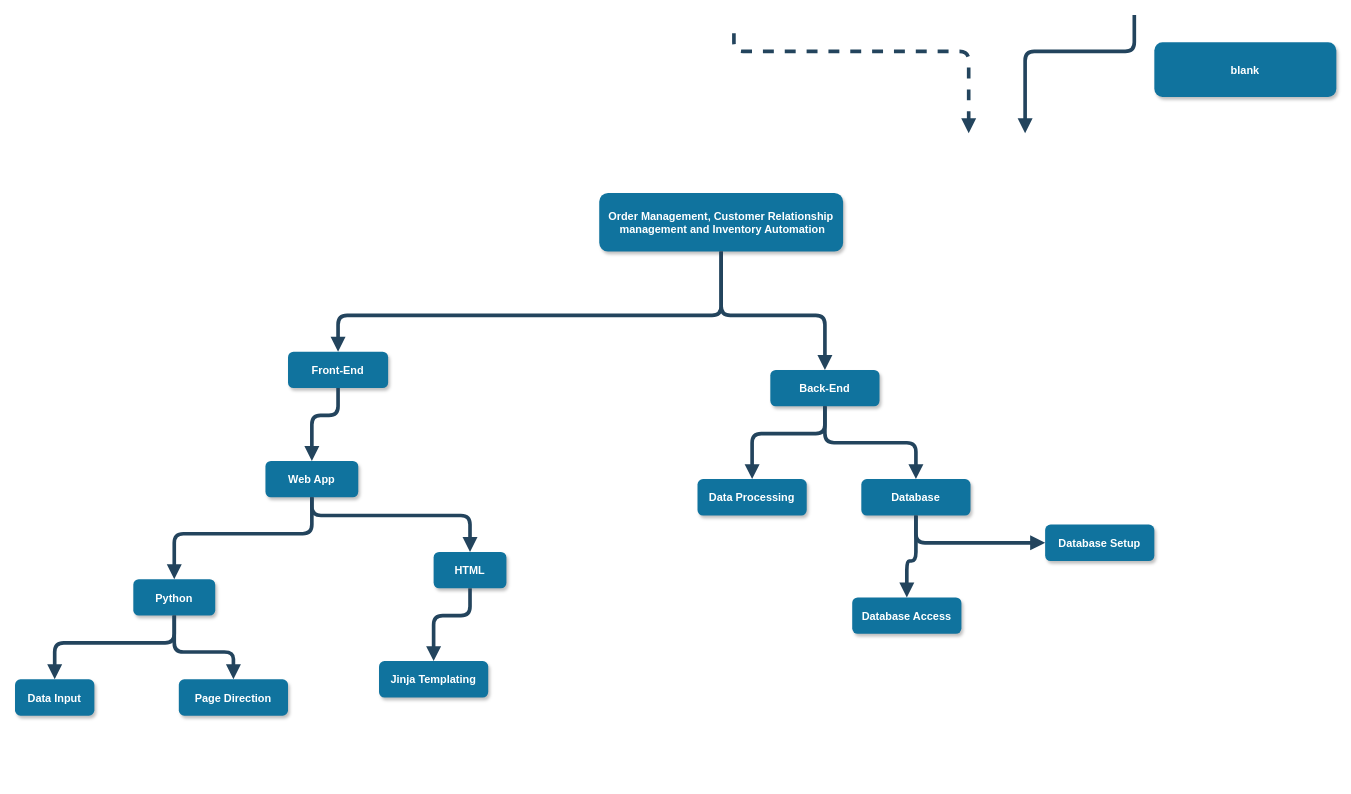
This is documentedDesignPlan.drawio from james-cole-174/NEA, a draw.io file, before an edit. Source tidied: cells renumbered, new cells numbered last; positions are measured from the earlier drawing's top-left corner, leaving out a move shared by most shapes. Both pictures are drawn from the tidied source at 91%, with x=0, y=0 at pixel (15, 15).
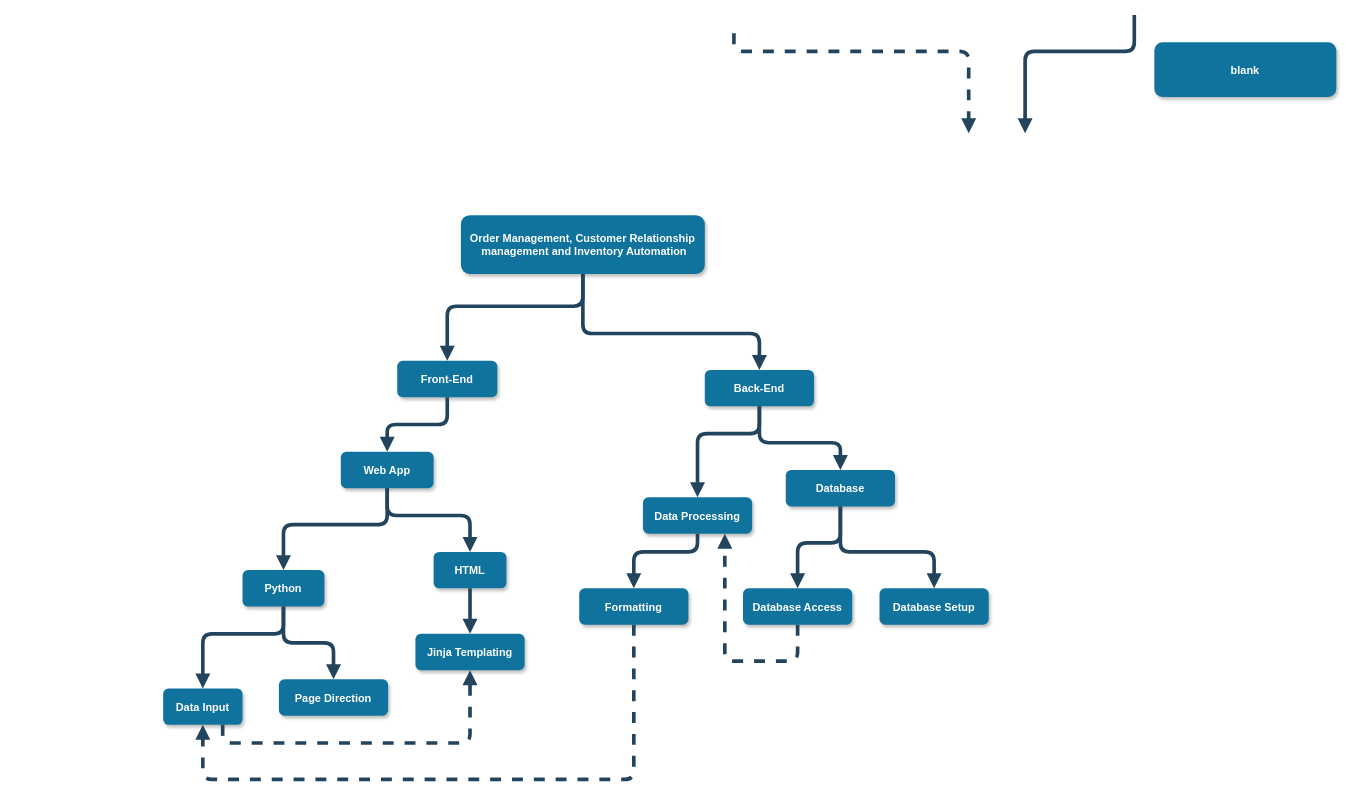
The same page after the edit.

Diff of the diagram source:
```diff
@@
     <mxCell id="2" value="Order Management, Customer Relationship&#10; management and Inventory Automation" style="rounded=1;fillColor=#10739E;strokeColor=none;shadow=1;gradientColor=none;fontStyle=1;fontColor=#FFFFFF;fontSize=12;fontFamily=Helvetica;" parent="1" vertex="1">
-      <mxGeometry x="642" y="195.5" width="268" height="64.5" as="geometry" />
+      <mxGeometry x="490" y="220" width="268" height="64.5" as="geometry" />
     </mxCell>
@@
     <mxCell id="6" style="edgeStyle=elbowEdgeStyle;elbow=vertical;strokeWidth=4;endArrow=block;endFill=1;fontStyle=1;strokeColor=#23445D;exitX=0.5;exitY=1;exitDx=0;exitDy=0;entryX=0.5;entryY=0;entryDx=0;entryDy=0;" parent="1" edge="1" source="2" target="7">
       <mxGeometry x="-60" y="245.5" as="geometry">
         <Array as="points">
+          <mxPoint x="520" y="320" />
+          <mxPoint x="440" y="310" />
+          <mxPoint x="670" y="300" />
           <mxPoint x="650" y="330" />
           <mxPoint x="700" y="300" />
         </Array>
       </mxGeometry>
     </mxCell>
     <mxCell id="7" value="Front-End" style="rounded=1;fillColor=#10739E;strokeColor=none;shadow=1;gradientColor=none;fontStyle=1;fontColor=#FFFFFF;fontSize=12;" parent="1" vertex="1">
-      <mxGeometry x="300" y="370" width="110" height="40" as="geometry" />
+      <mxGeometry x="420" y="380" width="110" height="40" as="geometry" />
     </mxCell>
     <mxCell id="8" style="edgeStyle=elbowEdgeStyle;elbow=vertical;strokeWidth=4;endArrow=block;endFill=1;fontStyle=1;strokeColor=#23445D;exitX=0.5;exitY=1;exitDx=0;exitDy=0;entryX=0.5;entryY=0;entryDx=0;entryDy=0;" parent="1" edge="1" source="2" target="9">
       <mxGeometry x="-50" y="255.5" as="geometry">
         <Array as="points">
+          <mxPoint x="780" y="350" />
           <mxPoint x="900" y="330" />
           <mxPoint x="660" y="340" />
           <mxPoint x="710" y="310" />
         </Array>
       </mxGeometry>
     </mxCell>
     <mxCell id="9" value="Back-End" style="rounded=1;fillColor=#10739E;strokeColor=none;shadow=1;gradientColor=none;fontStyle=1;fontColor=#FFFFFF;fontSize=12;" parent="1" vertex="1">
-      <mxGeometry x="830" y="390" width="120" height="40" as="geometry" />
+      <mxGeometry x="758" y="390" width="120" height="40" as="geometry" />
     </mxCell>
     <mxCell id="10" value="Database" style="rounded=1;fillColor=#10739E;strokeColor=none;shadow=1;gradientColor=none;fontStyle=1;fontColor=#FFFFFF;fontSize=12;" parent="1" vertex="1">
-      <mxGeometry x="930" y="510" width="120" height="40" as="geometry" />
+      <mxGeometry x="847" y="500" width="120" height="40" as="geometry" />
     </mxCell>
     <mxCell id="11" value="Data Processing" style="rounded=1;fillColor=#10739E;strokeColor=none;shadow=1;gradientColor=none;fontStyle=1;fontColor=#FFFFFF;fontSize=12;" parent="1" vertex="1">
-      <mxGeometry x="750" y="510" width="120" height="40" as="geometry" />
+      <mxGeometry x="690" y="530" width="120" height="40" as="geometry" />
     </mxCell>
     <mxCell id="12" value="Database Setup" style="rounded=1;fillColor=#10739E;strokeColor=none;shadow=1;gradientColor=none;fontStyle=1;fontColor=#FFFFFF;fontSize=12;" parent="1" vertex="1">
-      <mxGeometry x="1132" y="560" width="120" height="40" as="geometry" />
+      <mxGeometry x="950" y="630" width="120" height="40" as="geometry" />
     </mxCell>
     <mxCell id="13" value="Database Access" style="rounded=1;fillColor=#10739E;strokeColor=none;shadow=1;gradientColor=none;fontStyle=1;fontColor=#FFFFFF;fontSize=12;" parent="1" vertex="1">
-      <mxGeometry x="920" y="640" width="120" height="40" as="geometry" />
+      <mxGeometry x="800" y="630" width="120" height="40" as="geometry" />
     </mxCell>
@@
-    <mxCell id="16" style="edgeStyle=elbowEdgeStyle;elbow=vertical;strokeWidth=4;endArrow=block;endFill=1;fontStyle=1;strokeColor=#23445D;exitX=0.5;exitY=1;exitDx=0;exitDy=0;entryX=0;entryY=0.5;entryDx=0;entryDy=0;" parent="1" edge="1" source="10" target="12">
+    <mxCell id="16" style="edgeStyle=elbowEdgeStyle;elbow=vertical;strokeWidth=4;endArrow=block;endFill=1;fontStyle=1;strokeColor=#23445D;exitX=0.5;exitY=1;exitDx=0;exitDy=0;entryX=0.5;entryY=0;entryDx=0;entryDy=0;" parent="1" edge="1" source="10" target="12">
       <mxGeometry x="310" y="310.5" as="geometry">
         <Array as="points">
+          <mxPoint x="930" y="590" />
+          <mxPoint x="1000" y="560" />
+          <mxPoint x="1040" y="610" />
           <mxPoint x="1060" y="580" />
           <mxPoint x="1040" y="590" />
         </Array>
       </mxGeometry>
     </mxCell>
     <mxCell id="17" style="edgeStyle=elbowEdgeStyle;elbow=vertical;strokeWidth=4;endArrow=block;endFill=1;fontStyle=1;strokeColor=#23445D;exitX=0.5;exitY=1;exitDx=0;exitDy=0;entryX=0.5;entryY=0;entryDx=0;entryDy=0;" parent="1" edge="1" source="10" target="13">
       <mxGeometry x="320" y="320.5" as="geometry">
         <Array as="points">
+          <mxPoint x="920" y="580" />
           <mxPoint x="1050" y="600" />
         </Array>
       </mxGeometry>
     </mxCell>
     <mxCell id="18" value="Web App" style="rounded=1;fillColor=#10739E;strokeColor=none;shadow=1;gradientColor=none;fontStyle=1;fontColor=#FFFFFF;fontSize=12;" parent="1" vertex="1">
-      <mxGeometry x="275.2" y="490" width="102" height="40" as="geometry" />
+      <mxGeometry x="358" y="480" width="102" height="40" as="geometry" />
     </mxCell>
     <mxCell id="19" style="edgeStyle=elbowEdgeStyle;elbow=vertical;strokeWidth=4;endArrow=block;endFill=1;fontStyle=1;strokeColor=#23445D;exitX=0.5;exitY=1;exitDx=0;exitDy=0;entryX=0.5;entryY=0;entryDx=0;entryDy=0;" parent="1" edge="1" source="7" target="18">
       <mxGeometry x="320" y="320.5" as="geometry">
         <Array as="points">
+          <mxPoint x="440" y="450" />
           <mxPoint x="355" y="440" />
           <mxPoint x="570" y="480" />
           <mxPoint x="500" y="470" />
         </Array>
       </mxGeometry>
     </mxCell>
     <mxCell id="20" style="edgeStyle=elbowEdgeStyle;elbow=vertical;strokeWidth=4;endArrow=block;endFill=1;fontStyle=1;strokeColor=#23445D;exitX=0.5;exitY=1;exitDx=0;exitDy=0;entryX=0.5;entryY=0;entryDx=0;entryDy=0;" parent="1" edge="1" source="18" target="21">
       <mxGeometry x="-3" y="450.5" as="geometry">
         <Array as="points">
+          <mxPoint x="310" y="560" />
           <mxPoint x="230" y="570" />
           <mxPoint x="520" y="590" />
           <mxPoint x="597" y="620" />
         </Array>
       </mxGeometry>
     </mxCell>
     <mxCell id="21" value="Python" style="rounded=1;fillColor=#10739E;strokeColor=none;shadow=1;gradientColor=none;fontStyle=1;fontColor=#FFFFFF;fontSize=12;" parent="1" vertex="1">
-      <mxGeometry x="130" y="620" width="90" height="40" as="geometry" />
+      <mxGeometry x="250" y="610" width="90" height="40" as="geometry" />
     </mxCell>
@@
     <mxCell id="24" style="edgeStyle=elbowEdgeStyle;elbow=vertical;strokeWidth=4;endArrow=block;endFill=1;fontStyle=1;strokeColor=#23445D;exitX=0.5;exitY=1;exitDx=0;exitDy=0;entryX=0.5;entryY=0;entryDx=0;entryDy=0;" parent="1" edge="1" source="21" target="25">
       <mxGeometry x="-60.2" y="590.5" as="geometry">
         <Array as="points">
+          <mxPoint x="170" y="680" />
           <mxPoint x="90" y="690" />
           <mxPoint x="400" y="720" />
           <mxPoint x="539.8" y="760" />
         </Array>
       </mxGeometry>
     </mxCell>
     <mxCell id="25" value="Data Input" style="rounded=1;fillColor=#10739E;strokeColor=none;shadow=1;gradientColor=none;fontStyle=1;fontColor=#FFFFFF;fontSize=12;" parent="1" vertex="1">
-      <mxGeometry y="730" width="87.2" height="40" as="geometry" />
+      <mxGeometry x="162.8" y="740" width="87.2" height="40" as="geometry" />
     </mxCell>
     <mxCell id="26" style="edgeStyle=elbowEdgeStyle;elbow=vertical;strokeWidth=4;endArrow=block;endFill=1;fontStyle=1;strokeColor=#23445D;exitX=0.5;exitY=1;exitDx=0;exitDy=0;entryX=0.5;entryY=0;entryDx=0;entryDy=0;" parent="1" edge="1" source="21" target="27">
       <mxGeometry x="99.8" y="590.5" as="geometry">
         <Array as="points">
+          <mxPoint x="330" y="690" />
           <mxPoint x="210" y="700" />
           <mxPoint x="290" y="680" />
           <mxPoint x="510" y="690" />
           <mxPoint x="622.8" y="730" />
           <mxPoint x="699.8" y="760" />
         </Array>
       </mxGeometry>
     </mxCell>
     <mxCell id="27" value="Page Direction" style="rounded=1;fillColor=#10739E;strokeColor=none;shadow=1;gradientColor=none;fontStyle=1;fontColor=#FFFFFF;fontSize=12;" parent="1" vertex="1">
-      <mxGeometry x="180" y="730" width="120" height="40" as="geometry" />
+      <mxGeometry x="290" y="730" width="120" height="40" as="geometry" />
     </mxCell>
@@
     <mxCell id="29" value="Jinja Templating" style="rounded=1;fillColor=#10739E;strokeColor=none;shadow=1;gradientColor=none;fontStyle=1;fontColor=#FFFFFF;fontSize=12;" parent="1" vertex="1">
-      <mxGeometry x="400" y="710" width="120" height="40" as="geometry" />
+      <mxGeometry x="440" y="680" width="120" height="40" as="geometry" />
     </mxCell>
+    <mxCell id="30" style="edgeStyle=elbowEdgeStyle;elbow=vertical;strokeWidth=4;endArrow=block;endFill=1;fontStyle=1;strokeColor=#23445D;exitX=0.5;exitY=1;exitDx=0;exitDy=0;entryX=0.5;entryY=0;entryDx=0;entryDy=0;" parent="1" edge="1" source="11" target="31">
+      <mxGeometry x="-40" y="525.5" as="geometry">
+        <Array as="points">
+          <mxPoint x="780" y="590" />
+          <mxPoint x="760" y="590" />
+        </Array>
+      </mxGeometry>
+    </mxCell>
+    <mxCell id="31" value="Formatting" style="rounded=1;fillColor=#10739E;strokeColor=none;shadow=1;gradientColor=none;fontStyle=1;fontColor=#FFFFFF;fontSize=12;" parent="1" vertex="1">
+      <mxGeometry x="620" y="630" width="120" height="40" as="geometry" />
+    </mxCell>
+    <mxCell id="32" style="edgeStyle=elbowEdgeStyle;elbow=vertical;strokeWidth=4;endArrow=block;endFill=1;fontStyle=1;dashed=1;strokeColor=#23445D;entryX=0.75;entryY=1;entryDx=0;entryDy=0;exitX=0.5;exitY=1;exitDx=0;exitDy=0;" parent="1" edge="1" source="13" target="11">
+      <mxGeometry x="46" y="-64.5" as="geometry">
+        <Array as="points">
+          <mxPoint x="910" y="710" />
+          <mxPoint x="1000" y="830" />
+        </Array>
+      </mxGeometry>
+    </mxCell>
+    <mxCell id="33" style="edgeStyle=elbowEdgeStyle;elbow=vertical;strokeWidth=4;endArrow=block;endFill=1;fontStyle=1;dashed=1;strokeColor=#23445D;entryX=0.5;entryY=1;entryDx=0;entryDy=0;exitX=0.5;exitY=1;exitDx=0;exitDy=0;" parent="1" edge="1" source="31" target="25">
+      <mxGeometry x="56" y="-54.5" as="geometry">
+        <Array as="points">
+          <mxPoint x="610" y="840" />
+          <mxPoint x="490" y="840" />
+          <mxPoint x="620" y="790" />
+          <mxPoint x="920" y="720" />
+          <mxPoint x="1010" y="840" />
+        </Array>
+      </mxGeometry>
+    </mxCell>
+    <mxCell id="34" style="edgeStyle=elbowEdgeStyle;elbow=vertical;strokeWidth=4;endArrow=block;endFill=1;fontStyle=1;dashed=1;strokeColor=#23445D;entryX=0.5;entryY=1;entryDx=0;entryDy=0;exitX=0.75;exitY=1;exitDx=0;exitDy=0;" parent="1" edge="1" source="25" target="29">
+      <mxGeometry x="66" y="-44.5" as="geometry">
+        <Array as="points">
+          <mxPoint x="360" y="800" />
+          <mxPoint x="180" y="780" />
+          <mxPoint x="340" y="810" />
+          <mxPoint x="500" y="850" />
+          <mxPoint x="630" y="800" />
+          <mxPoint x="930" y="730" />
+          <mxPoint x="1020" y="850" />
+        </Array>
+      </mxGeometry>
+    </mxCell>
```
